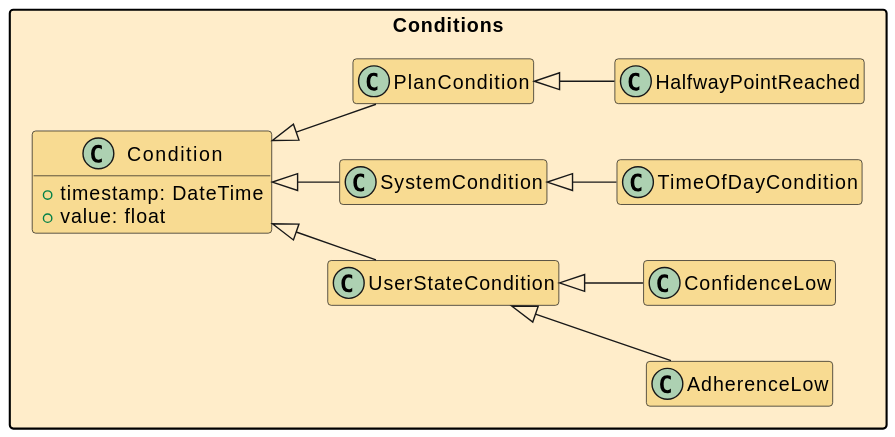
Above: out/UML/conditions/conditions.svg in Maks-stack/ontology (PlantUML), before the change. Source of this version:
```plantuml
@startuml
skinparam linetype polyline
hide empty methods
hide empty attributes
hide empty members
left to right direction
skinparam nodesep 40
skinparam ranksep 40
skinparam packageStyle rectangle

!define conditionsBack #ffedcaff
!define conditionsFront #f8db92ff

package Conditions conditionsBack {
  class Condition conditionsFront {
    +timestamp: DateTime
    +value: float
  }
  class UserStateCondition conditionsFront extends Condition
  class AdherenceLow conditionsFront extends UserStateCondition
  class ConfidenceLow conditionsFront extends UserStateCondition

  class SystemCondition conditionsFront extends Condition
  class TimeOfDayCondition conditionsFront extends SystemCondition

  class PlanCondition conditionsFront extends Condition
  class HalfwayPointReached conditionsFront extends PlanCondition
}
@enduml
```
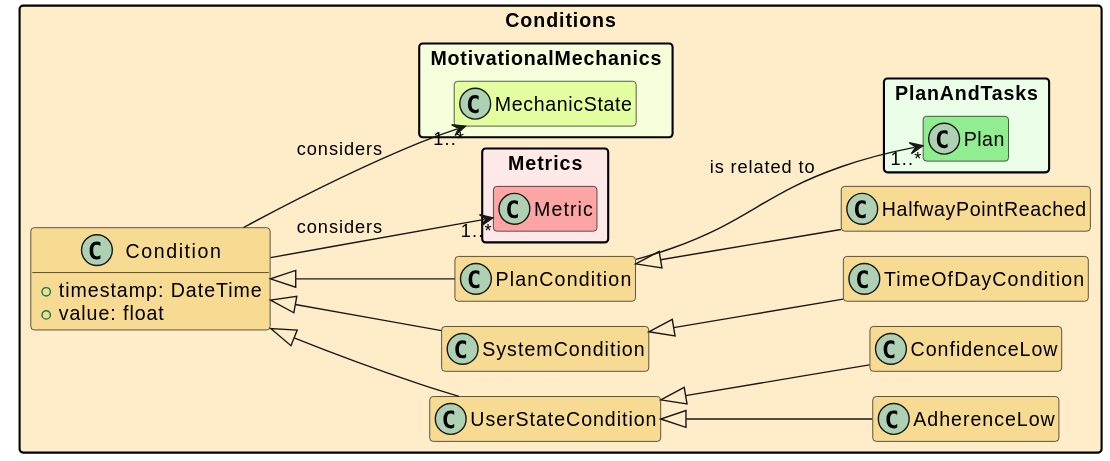
After the change.

The edit, as a diff of the source:
```diff
@@ -1,5 +1,6 @@
 @startuml
 skinparam linetype polyline
+!pragma layout smetana
 hide empty methods
 hide empty attributes
 hide empty members
@@ -25,5 +26,20 @@
 
   class PlanCondition conditionsFront extends Condition
   class HalfwayPointReached conditionsFront extends PlanCondition
+
+  !if ($renderMode != "master")
+  package Metrics #ffe8e8ff {
+    class Metric #fda5a5ff
+  }
+  package MotivationalMechanics #f5ffdbff {
+    class MechanicState #e4ffa0ff
+  }
+  package PlanAndTasks #ebffe8ff {
+    class Plan #lightgreen
+  }
+  Condition --> "1..*" Metrics.Metric : considers
+  Condition --> "1..*" MotivationalMechanics.MechanicState : considers
+  PlanCondition --> "1..*" PlanAndTasks.Plan : "is related to"
+  !endif
 }
 @enduml
```
